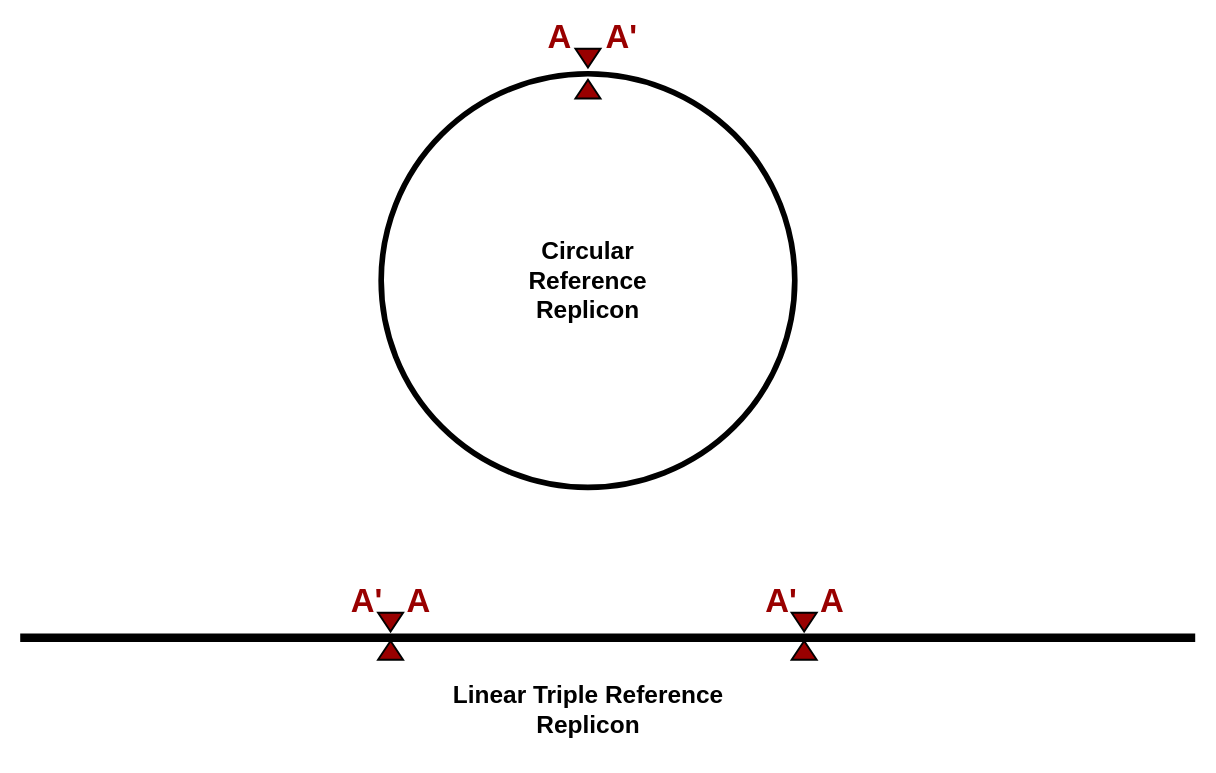
This is docs/resources/TripleRef.drawio from B-UMMI/LMAS, a draw.io file, before an edit. Source tidied: cells renumbered, new cells numbered last; positions are measured from the earlier drawing's top-left corner, leaving out a move shared by most shapes. Both pictures are drawn from the tidied source at 94%, with x=0, y=0 at pixel (20, 26).
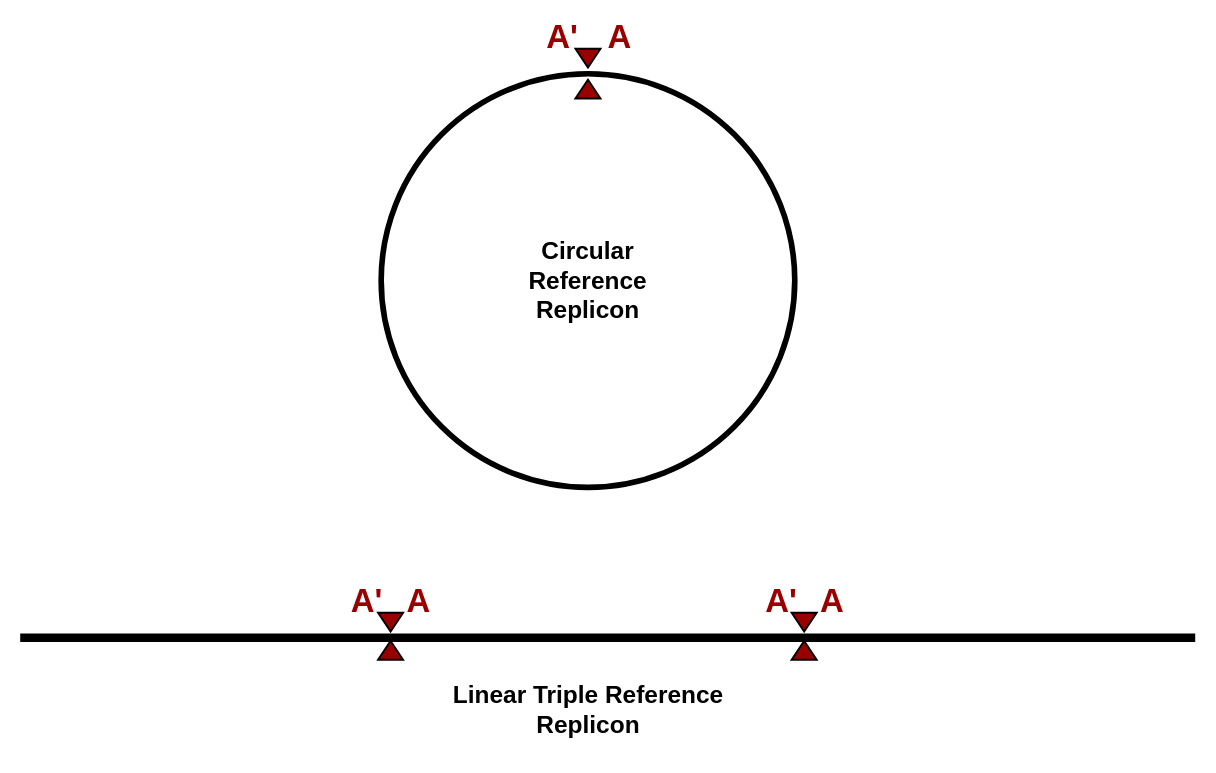
After the change.

The edit, as a diff of the source:
```diff
@@
 <mxGraphModel>
   <root>
     <mxCell id="0" />
     <mxCell id="1" parent="0" />
     <mxCell id="2" style="ellipse;whiteSpace=wrap;html=1;fillColor=none;strokeWidth=6;" parent="1" vertex="1">
       <mxGeometry x="384" y="50" width="440" height="440" as="geometry" />
     </mxCell>
     <mxCell id="3" value="&lt;b&gt;&lt;font style=&quot;font-size: 26px&quot;&gt;Circular&lt;br&gt;Reference Replicon&lt;/font&gt;&lt;/b&gt;" style="text;html=1;strokeColor=none;fillColor=none;align=center;verticalAlign=middle;whiteSpace=wrap;rounded=0;" parent="1" vertex="1">
       <mxGeometry x="522" y="220" width="164" height="100" as="geometry" />
     </mxCell>
     <mxCell id="4" style="triangle;whiteSpace=wrap;html=1;strokeWidth=2;rotation=90;fillColor=#990000;" parent="1" vertex="1">
       <mxGeometry x="594" y="20" width="20" height="26.7" as="geometry" />
     </mxCell>
     <mxCell id="5" style="triangle;whiteSpace=wrap;html=1;strokeWidth=2;rotation=-90;fillColor=#990000;" parent="1" vertex="1">
       <mxGeometry x="594" y="53" width="20" height="26.7" as="geometry" />
     </mxCell>
     <mxCell id="6" style="endArrow=none;html=1;strokeWidth=9;" parent="1" edge="1">
       <mxGeometry relative="1" as="geometry">
         <mxPoint y="650" as="sourcePoint" />
         <mxPoint x="1250" y="650" as="targetPoint" />
       </mxGeometry>
     </mxCell>
     <mxCell id="7" style="triangle;whiteSpace=wrap;html=1;strokeWidth=2;rotation=90;fillColor=#990000;" parent="1" vertex="1">
       <mxGeometry x="384" y="620" width="20" height="26.7" as="geometry" />
     </mxCell>
     <mxCell id="8" style="triangle;whiteSpace=wrap;html=1;strokeWidth=2;rotation=90;fillColor=#990000;" parent="1" vertex="1">
       <mxGeometry x="824" y="620" width="20" height="26.7" as="geometry" />
     </mxCell>
     <mxCell id="9" style="triangle;whiteSpace=wrap;html=1;strokeWidth=2;rotation=-90;fillColor=#990000;" parent="1" vertex="1">
       <mxGeometry x="384" y="650" width="20" height="26.7" as="geometry" />
     </mxCell>
     <mxCell id="10" style="triangle;whiteSpace=wrap;html=1;strokeWidth=2;rotation=-90;fillColor=#990000;" parent="1" vertex="1">
       <mxGeometry x="824" y="650" width="20" height="26.7" as="geometry" />
     </mxCell>
     <mxCell id="11" value="&lt;b&gt;&lt;font style=&quot;font-size: 26px&quot;&gt;Linear Triple Reference Replicon&lt;/font&gt;&lt;/b&gt;" style="text;html=1;strokeColor=none;fillColor=none;align=center;verticalAlign=middle;whiteSpace=wrap;rounded=0;" parent="1" vertex="1">
       <mxGeometry x="429.5" y="676.7" width="349" height="100" as="geometry" />
     </mxCell>
-    <mxCell id="12" value="&lt;font size=&quot;1&quot; color=&quot;#990000&quot;&gt;&lt;b style=&quot;font-size: 35px&quot;&gt;A&lt;/b&gt;&lt;/font&gt;" style="text;html=1;strokeColor=none;fillColor=none;align=center;verticalAlign=middle;whiteSpace=wrap;rounded=0;" parent="1" vertex="1">
-      <mxGeometry x="554" width="40" height="20" as="geometry" />
+    <mxCell id="12" value="&lt;font size=&quot;1&quot; color=&quot;#990000&quot;&gt;&lt;b style=&quot;font-size: 35px&quot;&gt;A'&lt;/b&gt;&lt;/font&gt;" style="text;html=1;strokeColor=none;fillColor=none;align=center;verticalAlign=middle;whiteSpace=wrap;rounded=0;" parent="1" vertex="1">
+      <mxGeometry x="557" width="40" height="20" as="geometry" />
     </mxCell>
-    <mxCell id="13" value="&lt;font size=&quot;1&quot; color=&quot;#990000&quot;&gt;&lt;b style=&quot;font-size: 35px&quot;&gt;A'&lt;/b&gt;&lt;/font&gt;" style="text;html=1;strokeColor=none;fillColor=none;align=center;verticalAlign=middle;whiteSpace=wrap;rounded=0;" parent="1" vertex="1">
-      <mxGeometry x="620" width="40" height="20" as="geometry" />
+    <mxCell id="13" value="&lt;font size=&quot;1&quot; color=&quot;#990000&quot;&gt;&lt;b style=&quot;font-size: 35px&quot;&gt;A&lt;/b&gt;&lt;/font&gt;" style="text;html=1;strokeColor=none;fillColor=none;align=center;verticalAlign=middle;whiteSpace=wrap;rounded=0;" parent="1" vertex="1">
+      <mxGeometry x="618" width="40" height="20" as="geometry" />
     </mxCell>
     <mxCell id="14" value="&lt;font size=&quot;1&quot; color=&quot;#990000&quot;&gt;&lt;b style=&quot;font-size: 35px&quot;&gt;A'&lt;/b&gt;&lt;/font&gt;" style="text;html=1;strokeColor=none;fillColor=none;align=center;verticalAlign=middle;whiteSpace=wrap;rounded=0;" parent="1" vertex="1">
       <mxGeometry x="349" y="600" width="40" height="20" as="geometry" />
     </mxCell>
     <mxCell id="15" value="&lt;font size=&quot;1&quot; color=&quot;#990000&quot;&gt;&lt;b style=&quot;font-size: 35px&quot;&gt;A'&lt;/b&gt;&lt;/font&gt;" style="text;html=1;strokeColor=none;fillColor=none;align=center;verticalAlign=middle;whiteSpace=wrap;rounded=0;" parent="1" vertex="1">
       <mxGeometry x="790" y="600" width="40" height="20" as="geometry" />
     </mxCell>
     <mxCell id="16" value="&lt;font size=&quot;1&quot; color=&quot;#990000&quot;&gt;&lt;b style=&quot;font-size: 35px&quot;&gt;A&lt;/b&gt;&lt;/font&gt;" style="text;html=1;strokeColor=none;fillColor=none;align=center;verticalAlign=middle;whiteSpace=wrap;rounded=0;" parent="1" vertex="1">
       <mxGeometry x="404" y="600" width="40" height="20" as="geometry" />
     </mxCell>
     <mxCell id="17" value="&lt;font size=&quot;1&quot; color=&quot;#990000&quot;&gt;&lt;b style=&quot;font-size: 35px&quot;&gt;A&lt;/b&gt;&lt;/font&gt;" style="text;html=1;strokeColor=none;fillColor=none;align=center;verticalAlign=middle;whiteSpace=wrap;rounded=0;" parent="1" vertex="1">
       <mxGeometry x="844" y="600" width="40" height="20" as="geometry" />
     </mxCell>
   </root>
 </mxGraphModel>
```
